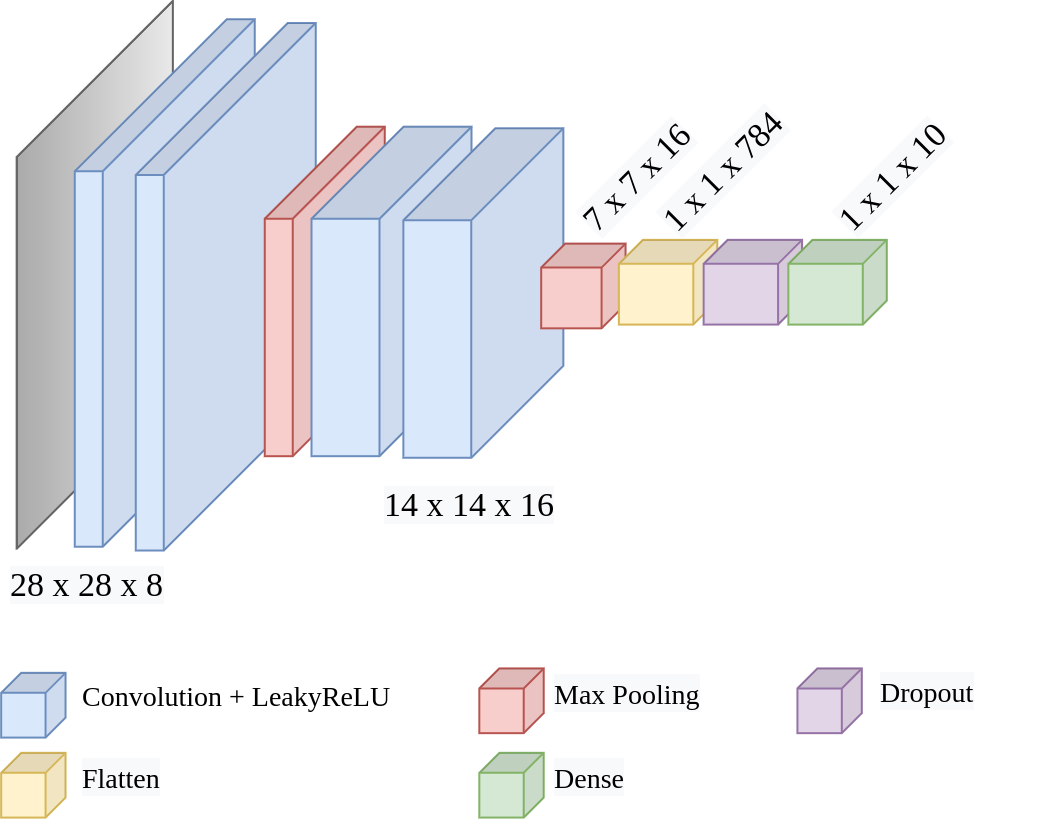
Before: 3/report/cnn.png, a diagram exported from draw.io (firaja/ex-aml). Source tidied: cells renumbered, new cells last; positions are measured from the earlier drawing's top-left corner, leaving out a move shared by most shapes.
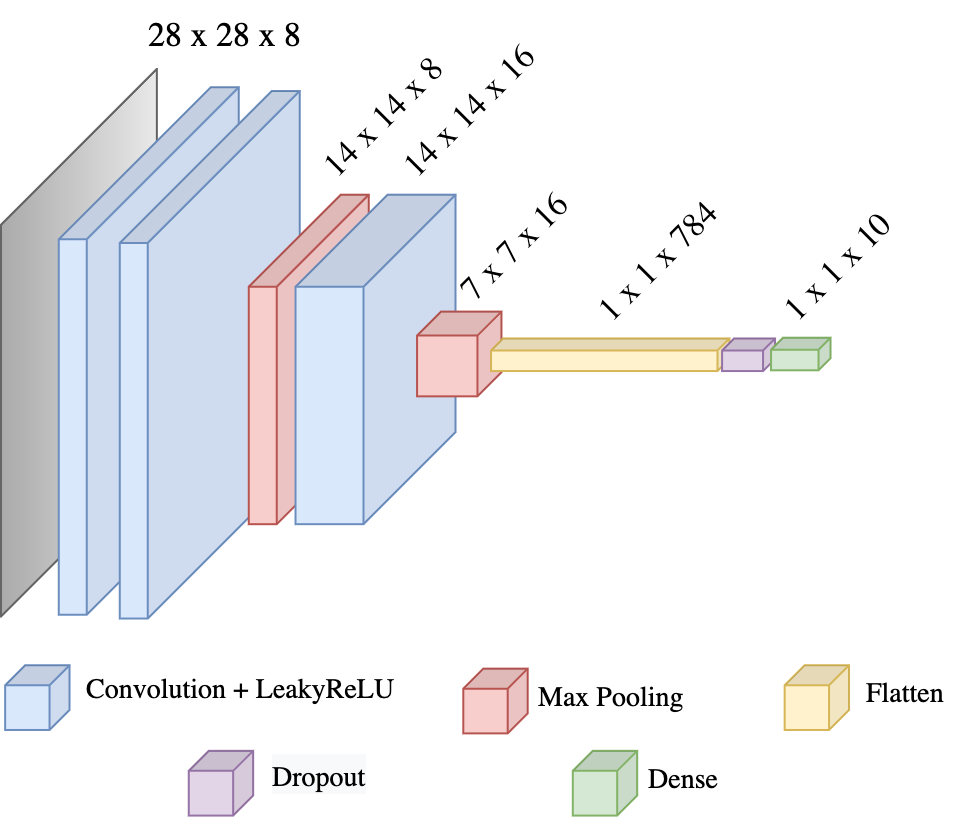
The same file after the commit.

Diff of the diagram source:
```diff
@@ -17,65 +17,65 @@
     <mxCell id="6" style="shape=cube;whiteSpace=wrap;html=1;boundedLbl=1;backgroundOutline=1;darkOpacity=0.05;darkOpacity2=0.1;size=46;rotation=90;fillColor=#dae8fc;strokeColor=#6c8ebf;" parent="1" vertex="1">
       <mxGeometry x="202.9" y="39.2" width="164.8" height="80" as="geometry" />
     </mxCell>
-    <mxCell id="7" style="shape=cube;whiteSpace=wrap;html=1;boundedLbl=1;backgroundOutline=1;darkOpacity=0.05;darkOpacity2=0.1;size=46;rotation=90;fillColor=#dae8fc;strokeColor=#6c8ebf;" parent="1" vertex="1">
-      <mxGeometry x="248.8" y="40" width="164.8" height="80" as="geometry" />
-    </mxCell>
     <mxCell id="8" style="shape=cube;whiteSpace=wrap;html=1;boundedLbl=1;backgroundOutline=1;darkOpacity=0.05;darkOpacity2=0.1;size=12;rotation=90;fillColor=#f8cecc;strokeColor=#b85450;" parent="1" vertex="1">
-      <mxGeometry x="360" y="55.4" width="42.4" height="42.2" as="geometry" />
+      <mxGeometry x="305.9" y="55.4" width="42.4" height="42.2" as="geometry" />
     </mxCell>
-    <mxCell id="9" style="shape=cube;whiteSpace=wrap;html=1;boundedLbl=1;backgroundOutline=1;darkOpacity=0.05;darkOpacity2=0.1;size=12;rotation=90;fillColor=#fff2cc;strokeColor=#d6b656;" parent="1" vertex="1">
-      <mxGeometry x="402.4" y="50" width="42.4" height="49.2" as="geometry" />
+    <mxCell id="9" style="shape=cube;whiteSpace=wrap;html=1;boundedLbl=1;backgroundOutline=1;darkOpacity=0.05;darkOpacity2=0.1;size=6;rotation=90;fillColor=#fff2cc;strokeColor=#d6b656;" parent="1" vertex="1">
+      <mxGeometry x="394.5" y="17.3" width="16.3" height="119.2" as="geometry" />
     </mxCell>
     <mxCell id="10" style="shape=cube;whiteSpace=wrap;html=1;boundedLbl=1;backgroundOutline=1;darkOpacity=0.05;darkOpacity2=0.1;size=10;rotation=90;fillColor=#dae8fc;strokeColor=#6c8ebf;" parent="1" vertex="1">
-      <mxGeometry x="90" y="270" width="32.4" height="32.2" as="geometry" />
+      <mxGeometry x="100" y="232.2" width="32.4" height="32.2" as="geometry" />
     </mxCell>
     <mxCell id="11" value="&lt;font face=&quot;Garamond&quot; style=&quot;font-size: 14px;&quot;&gt;Convolution + LeakyReLU&lt;/font&gt;" style="text;html=1;align=left;verticalAlign=middle;strokeColor=none;fillColor=none;" parent="1" vertex="1">
-      <mxGeometry x="128.8" y="267.8" width="180" height="30" as="geometry" />
+      <mxGeometry x="138.8" y="230" width="180" height="30" as="geometry" />
     </mxCell>
-    <mxCell id="12" value="&lt;span style=&quot;color: rgb(0, 0, 0); font-family: Garamond; font-style: normal; font-variant-ligatures: normal; font-variant-caps: normal; font-weight: 400; letter-spacing: normal; orphans: 2; text-align: center; text-indent: 0px; text-transform: none; widows: 2; word-spacing: 0px; -webkit-text-stroke-width: 0px; background-color: rgb(248, 249, 250); text-decoration-thickness: initial; text-decoration-style: initial; text-decoration-color: initial; float: none; display: inline !important;&quot;&gt;&lt;font style=&quot;font-size: 14px;&quot;&gt;Max Pooling&lt;/font&gt;&lt;/span&gt;" style="text;whiteSpace=wrap;html=1;fontSize=17;fontFamily=Garamond;" parent="1" vertex="1">
-      <mxGeometry x="365" y="263.9" width="110" height="40" as="geometry" />
+    <mxCell id="12" value="&lt;span style=&quot;color: rgb(0, 0, 0); font-family: Garamond; font-style: normal; font-variant-ligatures: normal; font-variant-caps: normal; font-weight: 400; letter-spacing: normal; orphans: 2; text-align: center; text-indent: 0px; text-transform: none; widows: 2; word-spacing: 0px; -webkit-text-stroke-width: 0px; text-decoration-thickness: initial; text-decoration-style: initial; text-decoration-color: initial; float: none; display: inline !important;&quot;&gt;&lt;font style=&quot;font-size: 14px;&quot;&gt;Max Pooling&lt;/font&gt;&lt;/span&gt;" style="text;whiteSpace=wrap;html=1;fontSize=17;fontFamily=Garamond;" parent="1" vertex="1">
+      <mxGeometry x="365" y="230" width="110" height="40" as="geometry" />
     </mxCell>
-    <mxCell id="13" value="&lt;span style=&quot;color: rgb(0, 0, 0); font-family: Garamond; font-style: normal; font-variant-ligatures: normal; font-variant-caps: normal; font-weight: 400; letter-spacing: normal; orphans: 2; text-align: center; text-indent: 0px; text-transform: none; widows: 2; word-spacing: 0px; -webkit-text-stroke-width: 0px; background-color: rgb(248, 249, 250); text-decoration-thickness: initial; text-decoration-style: initial; text-decoration-color: initial; float: none; display: inline !important;&quot;&gt;&lt;font style=&quot;font-size: 14px;&quot;&gt;Dense&lt;/font&gt;&lt;/span&gt;" style="text;whiteSpace=wrap;html=1;fontSize=17;fontFamily=Garamond;" parent="1" vertex="1">
-      <mxGeometry x="365" y="306.1" width="70" height="40" as="geometry" />
+    <mxCell id="13" value="&lt;span style=&quot;color: rgb(0, 0, 0); font-family: Garamond; font-style: normal; font-variant-ligatures: normal; font-variant-caps: normal; font-weight: 400; letter-spacing: normal; orphans: 2; text-align: center; text-indent: 0px; text-transform: none; widows: 2; word-spacing: 0px; -webkit-text-stroke-width: 0px; text-decoration-thickness: initial; text-decoration-style: initial; text-decoration-color: initial; float: none; display: inline !important;&quot;&gt;&lt;font style=&quot;font-size: 14px;&quot;&gt;Dense&lt;/font&gt;&lt;/span&gt;" style="text;whiteSpace=wrap;html=1;fontSize=17;fontFamily=Garamond;" parent="1" vertex="1">
+      <mxGeometry x="419.7" y="271.1" width="70" height="40" as="geometry" />
     </mxCell>
-    <mxCell id="14" value="&lt;span style=&quot;color: rgb(0, 0, 0); font-family: Garamond; font-style: normal; font-variant-ligatures: normal; font-variant-caps: normal; font-weight: 400; letter-spacing: normal; orphans: 2; text-align: center; text-indent: 0px; text-transform: none; widows: 2; word-spacing: 0px; -webkit-text-stroke-width: 0px; background-color: rgb(248, 249, 250); text-decoration-thickness: initial; text-decoration-style: initial; text-decoration-color: initial; float: none; display: inline !important;&quot;&gt;&lt;font style=&quot;font-size: 14px;&quot;&gt;Flatten&lt;/font&gt;&lt;/span&gt;" style="text;whiteSpace=wrap;html=1;fontSize=17;fontFamily=Garamond;" parent="1" vertex="1">
-      <mxGeometry x="128.8" y="306.1" width="50" height="40" as="geometry" />
+    <mxCell id="14" value="&lt;span style=&quot;color: rgb(0, 0, 0); font-family: Garamond; font-style: normal; font-variant-ligatures: normal; font-variant-caps: normal; font-weight: 400; letter-spacing: normal; orphans: 2; text-align: center; text-indent: 0px; text-transform: none; widows: 2; word-spacing: 0px; -webkit-text-stroke-width: 0px; text-decoration-thickness: initial; text-decoration-style: initial; text-decoration-color: initial; float: none; display: inline !important;&quot;&gt;&lt;font style=&quot;font-size: 14px;&quot;&gt;Flatten&lt;/font&gt;&lt;/span&gt;" style="text;whiteSpace=wrap;html=1;fontSize=17;fontFamily=Garamond;" parent="1" vertex="1">
+      <mxGeometry x="528.6" y="228.3" width="50" height="40" as="geometry" />
     </mxCell>
-    <mxCell id="15" value="&lt;span style=&quot;color: rgb(0, 0, 0); font-family: Garamond; font-size: 17px; font-style: normal; font-variant-ligatures: normal; font-variant-caps: normal; font-weight: 400; letter-spacing: normal; orphans: 2; text-align: center; text-indent: 0px; text-transform: none; widows: 2; word-spacing: 0px; -webkit-text-stroke-width: 0px; background-color: rgb(248, 249, 250); text-decoration-thickness: initial; text-decoration-style: initial; text-decoration-color: initial; float: none; display: inline !important;&quot;&gt;28 x 28 x 8&lt;/span&gt;" style="text;whiteSpace=wrap;html=1;fontSize=17;fontFamily=Garamond;" parent="1" vertex="1">
-      <mxGeometry x="93.1" y="210" width="87.6" height="40" as="geometry" />
+    <mxCell id="15" value="&lt;span style=&quot;color: rgb(0, 0, 0); font-family: Garamond; font-size: 17px; font-style: normal; font-variant-ligatures: normal; font-variant-caps: normal; font-weight: 400; letter-spacing: normal; orphans: 2; text-align: center; text-indent: 0px; text-transform: none; widows: 2; word-spacing: 0px; -webkit-text-stroke-width: 0px; text-decoration-thickness: initial; text-decoration-style: initial; text-decoration-color: initial; float: none; display: inline !important;&quot;&gt;28 x 28 x 8&lt;/span&gt;" style="text;whiteSpace=wrap;html=1;fontSize=17;fontFamily=Garamond;" parent="1" vertex="1">
+      <mxGeometry x="169.5" y="-100" width="87.6" height="40" as="geometry" />
     </mxCell>
-    <mxCell id="16" value="&lt;span style=&quot;color: rgb(0, 0, 0); font-family: Garamond; font-size: 17px; font-style: normal; font-variant-ligatures: normal; font-variant-caps: normal; font-weight: 400; letter-spacing: normal; orphans: 2; text-align: center; text-indent: 0px; text-transform: none; widows: 2; word-spacing: 0px; -webkit-text-stroke-width: 0px; background-color: rgb(248, 249, 250); text-decoration-thickness: initial; text-decoration-style: initial; text-decoration-color: initial; float: none; display: inline !important;&quot;&gt;14 x 14 x 16&lt;/span&gt;" style="text;whiteSpace=wrap;html=1;fontSize=17;fontFamily=Garamond;" parent="1" vertex="1">
-      <mxGeometry x="280" y="170" width="87.6" height="40" as="geometry" />
+    <mxCell id="16" value="&lt;span style=&quot;color: rgb(0, 0, 0); font-family: Garamond; font-size: 17px; font-style: normal; font-variant-ligatures: normal; font-variant-caps: normal; font-weight: 400; letter-spacing: normal; orphans: 2; text-align: center; text-indent: 0px; text-transform: none; widows: 2; word-spacing: 0px; -webkit-text-stroke-width: 0px; text-decoration-thickness: initial; text-decoration-style: initial; text-decoration-color: initial; float: none; display: inline !important;&quot;&gt;14 x 14 x 16&lt;/span&gt;" style="text;whiteSpace=wrap;html=1;fontSize=17;fontFamily=Garamond;rotation=-45;" parent="1" vertex="1">
+      <mxGeometry x="290" y="-62.5" width="87.6" height="40" as="geometry" />
     </mxCell>
-    <mxCell id="17" value="&lt;span style=&quot;color: rgb(0, 0, 0); font-family: Garamond; font-size: 17px; font-style: normal; font-variant-ligatures: normal; font-variant-caps: normal; font-weight: 400; letter-spacing: normal; orphans: 2; text-align: center; text-indent: 0px; text-transform: none; widows: 2; word-spacing: 0px; -webkit-text-stroke-width: 0px; background-color: rgb(248, 249, 250); text-decoration-thickness: initial; text-decoration-style: initial; text-decoration-color: initial; float: none; display: inline !important;&quot;&gt;1 x 1 x 10&lt;/span&gt;" style="text;whiteSpace=wrap;html=1;fontSize=17;fontFamily=Garamond;rotation=-45;" parent="1" vertex="1">
-      <mxGeometry x="500.5" width="87.6" height="40" as="geometry" />
+    <mxCell id="17" value="&lt;span style=&quot;color: rgb(0, 0, 0); font-family: Garamond; font-size: 17px; font-style: normal; font-variant-ligatures: normal; font-variant-caps: normal; font-weight: 400; letter-spacing: normal; orphans: 2; text-align: center; text-indent: 0px; text-transform: none; widows: 2; word-spacing: 0px; -webkit-text-stroke-width: 0px; text-decoration-thickness: initial; text-decoration-style: initial; text-decoration-color: initial; float: none; display: inline !important;&quot;&gt;1 x 1 x 10&lt;/span&gt;" style="text;whiteSpace=wrap;html=1;fontSize=17;fontFamily=Garamond;rotation=-45;" parent="1" vertex="1">
+      <mxGeometry x="479.9" y="9.2" width="87.6" height="40" as="geometry" />
     </mxCell>
     <mxCell id="18" value="&lt;span style=&quot;color: rgb(0, 0, 0); font-family: Garamond; font-style: normal; font-variant-ligatures: normal; font-variant-caps: normal; font-weight: 400; letter-spacing: normal; orphans: 2; text-align: center; text-indent: 0px; text-transform: none; widows: 2; word-spacing: 0px; -webkit-text-stroke-width: 0px; background-color: rgb(248, 249, 250); text-decoration-thickness: initial; text-decoration-style: initial; text-decoration-color: initial; float: none; display: inline !important;&quot;&gt;&lt;font style=&quot;font-size: 14px;&quot;&gt;Dropout&lt;/font&gt;&lt;/span&gt;" style="text;whiteSpace=wrap;html=1;fontSize=17;fontFamily=Garamond;" parent="1" vertex="1">
-      <mxGeometry x="528.3" y="262.8" width="80" height="40" as="geometry" />
+      <mxGeometry x="232" y="270" width="80" height="40" as="geometry" />
     </mxCell>
-    <mxCell id="19" style="shape=cube;whiteSpace=wrap;html=1;boundedLbl=1;backgroundOutline=1;darkOpacity=0.05;darkOpacity2=0.1;size=12;rotation=90;fillColor=#e1d5e7;strokeColor=#9673a6;" parent="1" vertex="1">
-      <mxGeometry x="444.7" y="50" width="42.4" height="49.2" as="geometry" />
-    </mxCell>
-    <mxCell id="20" style="shape=cube;whiteSpace=wrap;html=1;boundedLbl=1;backgroundOutline=1;darkOpacity=0.05;darkOpacity2=0.1;size=12;rotation=90;fillColor=#d5e8d4;strokeColor=#82b366;" parent="1" vertex="1">
-      <mxGeometry x="487.1" y="50" width="42.4" height="49.2" as="geometry" />
-    </mxCell>
-    <mxCell id="21" value="&lt;span style=&quot;color: rgb(0, 0, 0); font-family: Garamond; font-size: 17px; font-style: normal; font-variant-ligatures: normal; font-variant-caps: normal; font-weight: 400; letter-spacing: normal; orphans: 2; text-align: center; text-indent: 0px; text-transform: none; widows: 2; word-spacing: 0px; -webkit-text-stroke-width: 0px; background-color: rgb(248, 249, 250); text-decoration-thickness: initial; text-decoration-style: initial; text-decoration-color: initial; float: none; display: inline !important;&quot;&gt;1 x 1 x 784&lt;/span&gt;" style="text;whiteSpace=wrap;html=1;fontSize=17;fontFamily=Garamond;rotation=-45;" parent="1" vertex="1">
-      <mxGeometry x="412.9" width="87.6" height="40" as="geometry" />
+    <mxCell id="21" value="&lt;span style=&quot;color: rgb(0, 0, 0); font-family: Garamond; font-size: 17px; font-style: normal; font-variant-ligatures: normal; font-variant-caps: normal; font-weight: 400; letter-spacing: normal; orphans: 2; text-align: center; text-indent: 0px; text-transform: none; widows: 2; word-spacing: 0px; -webkit-text-stroke-width: 0px; text-decoration-thickness: initial; text-decoration-style: initial; text-decoration-color: initial; float: none; display: inline !important;&quot;&gt;1 x 1 x 784&lt;/span&gt;" style="text;whiteSpace=wrap;html=1;fontSize=17;fontFamily=Garamond;rotation=-45;" parent="1" vertex="1">
+      <mxGeometry x="387.4" y="9.2" width="87.6" height="40" as="geometry" />
     </mxCell>
-    <mxCell id="22" value="&lt;span style=&quot;color: rgb(0, 0, 0); font-family: Garamond; font-size: 17px; font-style: normal; font-variant-ligatures: normal; font-variant-caps: normal; font-weight: 400; letter-spacing: normal; orphans: 2; text-align: center; text-indent: 0px; text-transform: none; widows: 2; word-spacing: 0px; -webkit-text-stroke-width: 0px; background-color: rgb(248, 249, 250); text-decoration-thickness: initial; text-decoration-style: initial; text-decoration-color: initial; float: none; display: inline !important;&quot;&gt;7 x 7 x 16&lt;/span&gt;" style="text;whiteSpace=wrap;html=1;fontSize=17;fontFamily=Garamond;rotation=-45;" parent="1" vertex="1">
-      <mxGeometry x="372.9" width="87.6" height="40" as="geometry" />
+    <mxCell id="22" value="&lt;span style=&quot;color: rgb(0, 0, 0); font-family: Garamond; font-size: 17px; font-style: normal; font-variant-ligatures: normal; font-variant-caps: normal; font-weight: 400; letter-spacing: normal; orphans: 2; text-align: center; text-indent: 0px; text-transform: none; widows: 2; word-spacing: 0px; -webkit-text-stroke-width: 0px; text-decoration-thickness: initial; text-decoration-style: initial; text-decoration-color: initial; float: none; display: inline !important;&quot;&gt;7 x 7 x 16&lt;/span&gt;" style="text;whiteSpace=wrap;html=1;fontSize=17;fontFamily=Garamond;rotation=-45;" parent="1" vertex="1">
+      <mxGeometry x="318.8" width="87.6" height="40" as="geometry" />
     </mxCell>
     <mxCell id="23" style="shape=cube;whiteSpace=wrap;html=1;boundedLbl=1;backgroundOutline=1;darkOpacity=0.05;darkOpacity2=0.1;size=10;rotation=90;fillColor=#f8cecc;strokeColor=#b85450;" parent="1" vertex="1">
-      <mxGeometry x="329.1" y="267.8" width="32.4" height="32.2" as="geometry" />
+      <mxGeometry x="329.1" y="233.9" width="32.4" height="32.2" as="geometry" />
     </mxCell>
     <mxCell id="24" style="shape=cube;whiteSpace=wrap;html=1;boundedLbl=1;backgroundOutline=1;darkOpacity=0.05;darkOpacity2=0.1;size=10;rotation=90;fillColor=#fff2cc;strokeColor=#d6b656;" parent="1" vertex="1">
-      <mxGeometry x="90" y="310" width="32.4" height="32.2" as="geometry" />
+      <mxGeometry x="489.7" y="232.2" width="32.4" height="32.2" as="geometry" />
     </mxCell>
     <mxCell id="25" style="shape=cube;whiteSpace=wrap;html=1;boundedLbl=1;backgroundOutline=1;darkOpacity=0.05;darkOpacity2=0.1;size=10;rotation=90;fillColor=#d5e8d4;strokeColor=#82b366;" parent="1" vertex="1">
-      <mxGeometry x="329.1" y="310" width="32.4" height="32.2" as="geometry" />
+      <mxGeometry x="383.8" y="275" width="32.4" height="32.2" as="geometry" />
     </mxCell>
     <mxCell id="26" style="shape=cube;whiteSpace=wrap;html=1;boundedLbl=1;backgroundOutline=1;darkOpacity=0.05;darkOpacity2=0.1;size=10;rotation=90;fillColor=#e1d5e7;strokeColor=#9673a6;" parent="1" vertex="1">
-      <mxGeometry x="488.1" y="267.8" width="32.4" height="32.2" as="geometry" />
+      <mxGeometry x="191.8" y="275" width="32.4" height="32.2" as="geometry" />
     </mxCell>
+    <mxCell id="27" style="shape=cube;whiteSpace=wrap;html=1;boundedLbl=1;backgroundOutline=1;darkOpacity=0.05;darkOpacity2=0.1;size=6;rotation=90;fillColor=#e1d5e7;strokeColor=#9673a6;" parent="1" vertex="1">
+      <mxGeometry x="463.6" y="63.6" width="16.3" height="26.5" as="geometry" />
+    </mxCell>
+    <mxCell id="28" style="shape=cube;whiteSpace=wrap;html=1;boundedLbl=1;backgroundOutline=1;darkOpacity=0.05;darkOpacity2=0.1;size=6;rotation=90;fillColor=#d5e8d4;strokeColor=#82b366;" parent="1" vertex="1">
+      <mxGeometry x="489.8" y="61.6" width="16.3" height="29.7" as="geometry" />
+    </mxCell>
+    <mxCell id="29" value="&lt;span style=&quot;color: rgb(0, 0, 0); font-family: Garamond; font-size: 17px; font-style: normal; font-variant-ligatures: normal; font-variant-caps: normal; font-weight: 400; letter-spacing: normal; orphans: 2; text-align: center; text-indent: 0px; text-transform: none; widows: 2; word-spacing: 0px; -webkit-text-stroke-width: 0px; text-decoration-thickness: initial; text-decoration-style: initial; text-decoration-color: initial; float: none; display: inline !important;&quot;&gt;14 x 14 x 8&lt;/span&gt;" style="text;whiteSpace=wrap;html=1;fontSize=17;fontFamily=Garamond;rotation=-45;" parent="1" vertex="1">
+      <mxGeometry x="250" y="-62.5" width="87.6" height="40" as="geometry" />
+    </mxCell>
   </root>
 </mxGraphModel>
```
